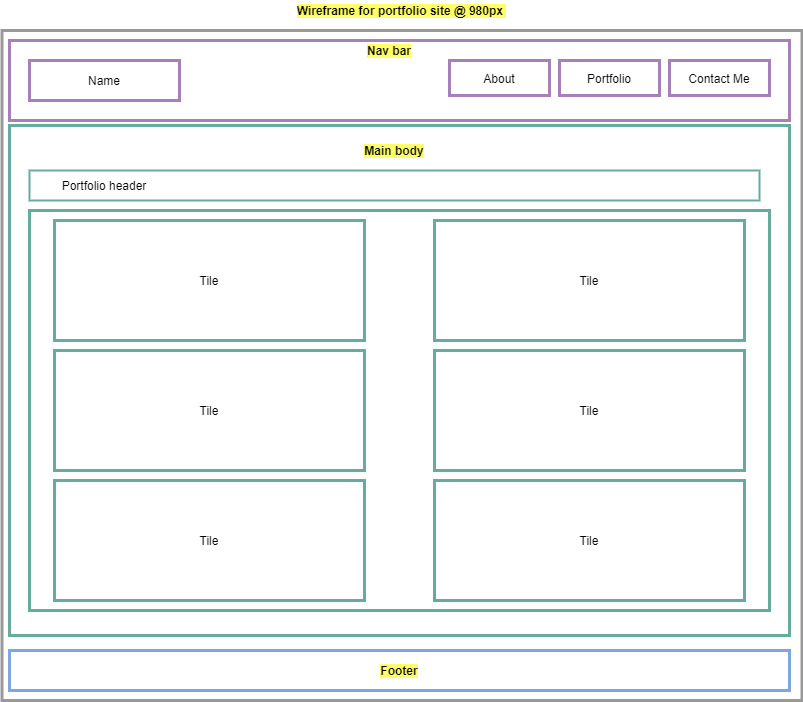
KEDuran/KEDuran.github.io keeps this draw.io diagram as assets/images/portfolio_wireframe.png. Above is the earlier version. Source tidied: cells renumbered, new cells last; positions are measured from the earlier drawing's top-left corner, leaving out a move shared by most shapes.
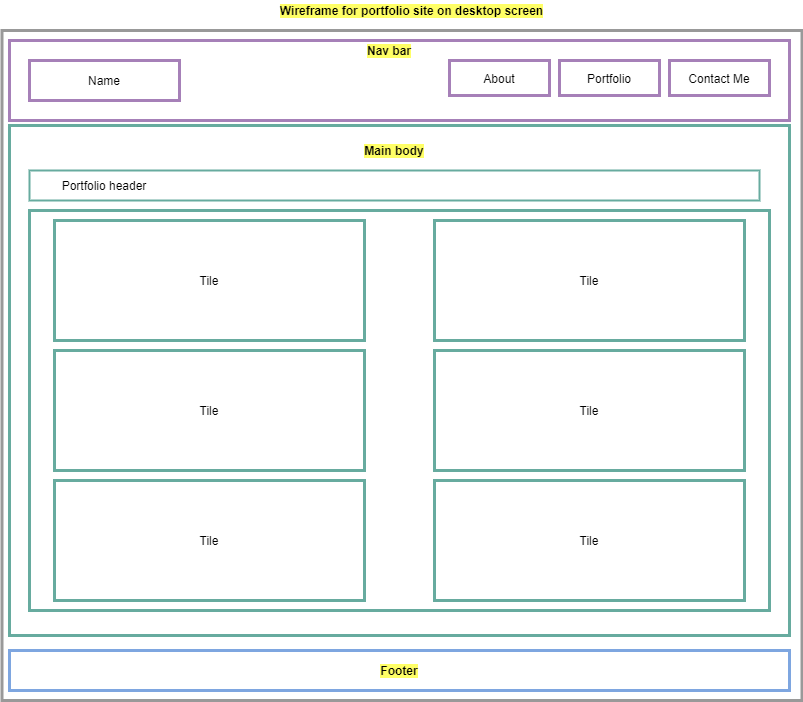
After the commit.

Commit message:
updated the text and wireframe image in readme.md

Diff of the diagram source:
```diff
@@ -11,8 +11,8 @@
     <mxCell id="4" value="&lt;font size=&quot;1&quot;&gt;&lt;b style=&quot;font-size: 12px&quot;&gt;Nav bar&lt;/b&gt;&lt;/font&gt;" style="text;html=1;strokeColor=none;fillColor=none;align=center;verticalAlign=middle;whiteSpace=wrap;rounded=0;fontColor=#000000;labelBackgroundColor=#FFFF66;" parent="1" vertex="1">
       <mxGeometry x="358" y="40" width="60" height="20" as="geometry" />
     </mxCell>
-    <mxCell id="5" value="&lt;b&gt;&lt;font style=&quot;font-size: 12px ; background-color: rgb(255 , 255 , 102)&quot;&gt;Wireframe for portfolio site @ 980px&amp;nbsp;&lt;/font&gt;&lt;/b&gt;" style="text;html=1;strokeColor=none;fillColor=none;align=center;verticalAlign=middle;whiteSpace=wrap;rounded=0;" parent="1" vertex="1">
-      <mxGeometry x="273" width="255" height="20" as="geometry" />
+    <mxCell id="5" value="&lt;b&gt;&lt;font style=&quot;font-size: 12px ; background-color: rgb(255 , 255 , 102)&quot;&gt;Wireframe for portfolio site on desktop screen&lt;/font&gt;&lt;/b&gt;" style="text;html=1;strokeColor=none;fillColor=none;align=center;verticalAlign=middle;whiteSpace=wrap;rounded=0;" parent="1" vertex="1">
+      <mxGeometry x="273" width="275" height="20" as="geometry" />
     </mxCell>
     <mxCell id="6" value="Name" style="rounded=0;whiteSpace=wrap;html=1;strokeColor=#A680B8;strokeWidth=3;" parent="1" vertex="1">
       <mxGeometry x="28" y="60" width="150" height="40" as="geometry" />
```
